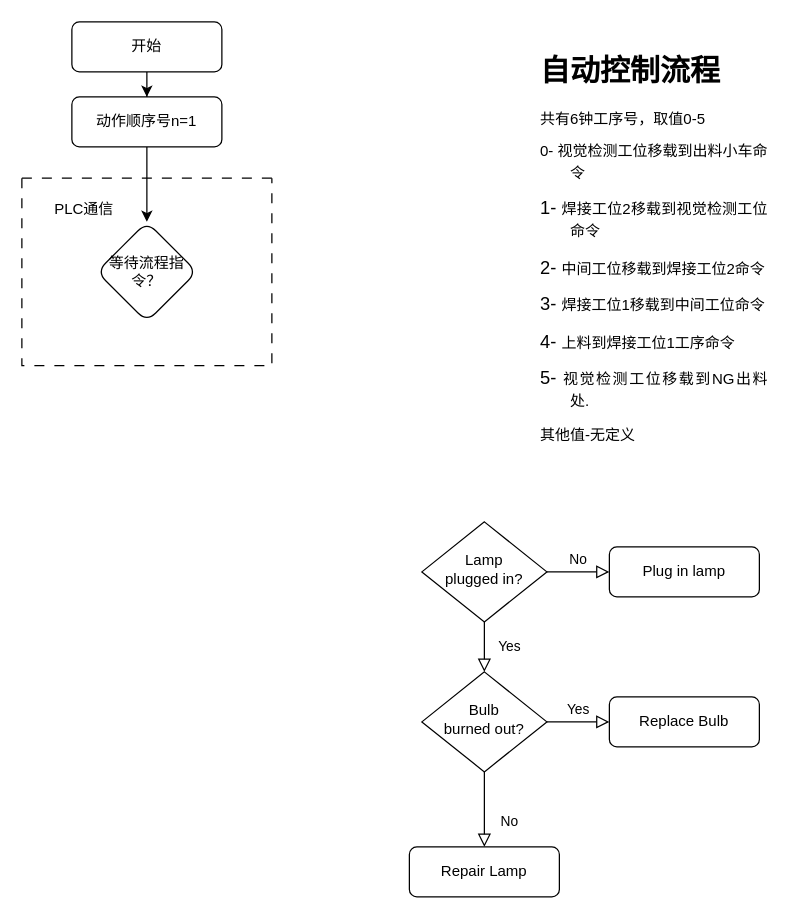
Before: 未命名绘图.drawio in wjaswdd/draw.io, a draw.io diagram. Source tidied: cells renumbered, new cells numbered last; positions are measured from the earlier drawing's top-left corner, leaving out a move shared by most shapes. Both pictures are drawn from the tidied source at 125%, with x=0, y=0 at pixel (21, 21).
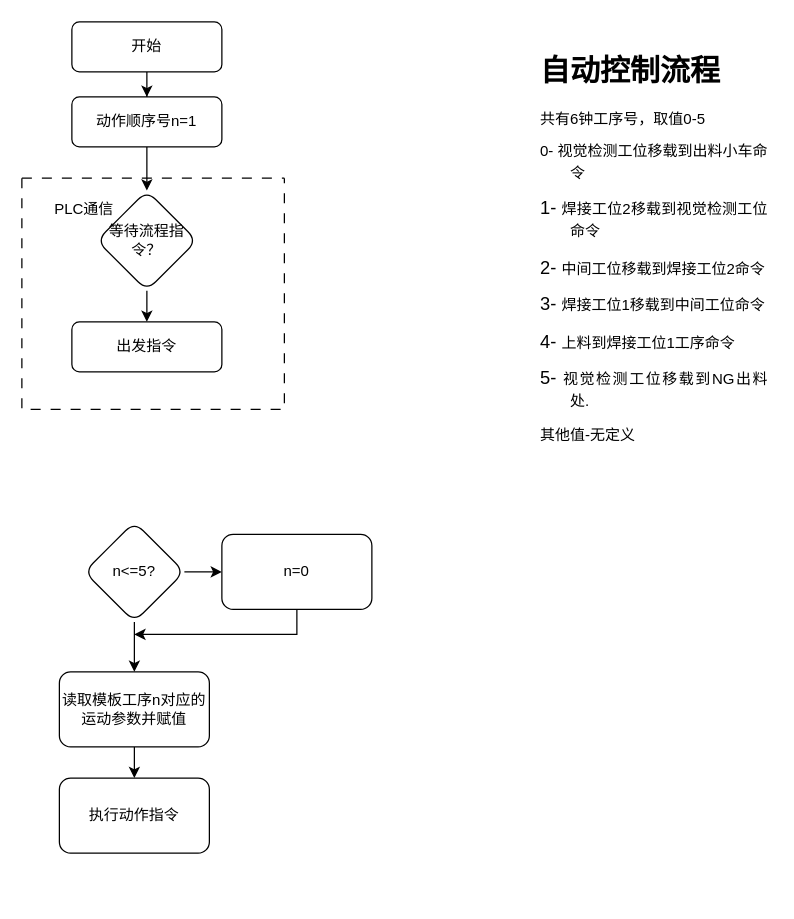
Above is the later version.

Commit message:
更新未命名绘图.drawio

What changed in the source:
```diff
@@
-    <mxCell id="4" value="Yes" style="rounded=0;html=1;jettySize=auto;fontSize=11;endArrow=block;endFill=0;endSize=8;strokeWidth=1;shadow=0;labelBackgroundColor=none;edgeStyle=orthogonalEdgeStyle;" parent="1" edge="1" source="6" target="10">
-      <mxGeometry y="20" relative="1" as="geometry" />
-    </mxCell>
-    <mxCell id="5" value="No" style="edgeStyle=orthogonalEdgeStyle;rounded=0;html=1;jettySize=auto;fontSize=11;endArrow=block;endFill=0;endSize=8;strokeWidth=1;shadow=0;labelBackgroundColor=none;" parent="1" edge="1" source="6" target="7">
-      <mxGeometry y="10" relative="1" as="geometry" />
-    </mxCell>
-    <mxCell id="6" value="Lamp&lt;br&gt;plugged in?" style="rhombus;whiteSpace=wrap;html=1;shadow=0;fontFamily=Helvetica;fontSize=12;align=center;strokeWidth=1;spacing=6;spacingTop=-4;" parent="1" vertex="1">
-      <mxGeometry x="320" y="400" width="100" height="80" as="geometry" />
-    </mxCell>
-    <mxCell id="7" value="Plug in lamp" style="rounded=1;whiteSpace=wrap;html=1;fontSize=12;glass=0;strokeWidth=1;shadow=0;" parent="1" vertex="1">
-      <mxGeometry x="470" y="420" width="120" height="40" as="geometry" />
-    </mxCell>
-    <mxCell id="8" value="No" style="rounded=0;html=1;jettySize=auto;fontSize=11;endArrow=block;endFill=0;endSize=8;strokeWidth=1;shadow=0;labelBackgroundColor=none;edgeStyle=orthogonalEdgeStyle;" parent="1" edge="1" source="10" target="11">
-      <mxGeometry x="0.33" y="20" relative="1" as="geometry" />
-    </mxCell>
-    <mxCell id="9" value="Yes" style="edgeStyle=orthogonalEdgeStyle;rounded=0;html=1;jettySize=auto;fontSize=11;endArrow=block;endFill=0;endSize=8;strokeWidth=1;shadow=0;labelBackgroundColor=none;" parent="1" edge="1" source="10" target="12">
-      <mxGeometry y="10" relative="1" as="geometry" />
-    </mxCell>
-    <mxCell id="10" value="Bulb&lt;br&gt;burned out?" style="rhombus;whiteSpace=wrap;html=1;shadow=0;fontFamily=Helvetica;fontSize=12;align=center;strokeWidth=1;spacing=6;spacingTop=-4;" parent="1" vertex="1">
-      <mxGeometry x="320" y="520" width="100" height="80" as="geometry" />
-    </mxCell>
-    <mxCell id="11" value="Repair Lamp" style="rounded=1;whiteSpace=wrap;html=1;fontSize=12;glass=0;strokeWidth=1;shadow=0;" parent="1" vertex="1">
-      <mxGeometry x="310" y="660" width="120" height="40" as="geometry" />
-    </mxCell>
-    <mxCell id="12" value="Replace Bulb" style="rounded=1;whiteSpace=wrap;html=1;fontSize=12;glass=0;strokeWidth=1;shadow=0;" parent="1" vertex="1">
-      <mxGeometry x="470" y="540" width="120" height="40" as="geometry" />
-    </mxCell>
@@
-    <mxCell id="15" value="等待流程指令？" style="rhombus;whiteSpace=wrap;html=1;rounded=1;glass=0;strokeWidth=1;shadow=0;" parent="1" vertex="1">
-      <mxGeometry x="60" y="160" width="80" height="80" as="geometry" />
-    </mxCell>
     <mxCell id="16" style="swimlane;startSize=0;dashed=1;dashPattern=8 8;" parent="1" vertex="1">
-      <mxGeometry y="125" width="200" height="150" as="geometry" />
+      <mxGeometry y="125" width="210" height="185" as="geometry" />
     </mxCell>
@@
+    <mxCell id="19" style="edgeStyle=orthogonalEdgeStyle;rounded=0;jettySize=auto;html=1;entryX=0.5;entryY=0;entryDx=0;entryDy=0;" parent="16" edge="1" source="15" target="20">
+      <mxGeometry relative="1" as="geometry" />
+    </mxCell>
+    <mxCell id="15" value="等待流程指令？" style="rhombus;whiteSpace=wrap;html=1;rounded=1;glass=0;strokeWidth=1;shadow=0;" parent="16" vertex="1">
+      <mxGeometry x="60" y="10" width="80" height="80" as="geometry" />
+    </mxCell>
+    <mxCell id="20" value="出发指令" style="rounded=1;whiteSpace=wrap;html=1;fontSize=12;glass=0;strokeWidth=1;shadow=0;" parent="16" vertex="1">
+      <mxGeometry x="40" y="115" width="120" height="40" as="geometry" />
+    </mxCell>
@@
+    <mxCell id="21" style="edgeStyle=orthogonalEdgeStyle;rounded=0;jettySize=auto;html=1;" parent="1" edge="1" source="23" target="25">
+      <mxGeometry relative="1" as="geometry" />
+    </mxCell>
+    <mxCell id="22" style="edgeStyle=orthogonalEdgeStyle;rounded=0;jettySize=auto;html=1;" parent="1" edge="1" source="23" target="27">
+      <mxGeometry relative="1" as="geometry" />
+    </mxCell>
+    <mxCell id="23" value="n&amp;lt;=5?" style="rhombus;whiteSpace=wrap;html=1;rounded=1;glass=0;strokeWidth=1;shadow=0;" parent="1" vertex="1">
+      <mxGeometry x="50" y="400" width="80" height="80" as="geometry" />
+    </mxCell>
+    <mxCell id="24" style="edgeStyle=orthogonalEdgeStyle;rounded=0;jettySize=auto;html=1;" parent="1" edge="1" source="25" target="28">
+      <mxGeometry relative="1" as="geometry" />
+    </mxCell>
+    <mxCell id="25" value="读取模板工序n对应的运动参数并赋值" style="whiteSpace=wrap;html=1;rounded=1;glass=0;strokeWidth=1;shadow=0;" parent="1" vertex="1">
+      <mxGeometry x="30" y="520" width="120" height="60" as="geometry" />
+    </mxCell>
+    <mxCell id="26" style="edgeStyle=orthogonalEdgeStyle;rounded=0;jettySize=auto;html=1;" parent="1" edge="1" source="27">
+      <mxGeometry relative="1" as="geometry">
+        <mxPoint x="90" y="490" as="targetPoint" />
+        <Array as="points">
+          <mxPoint x="220" y="490" />
+        </Array>
+      </mxGeometry>
+    </mxCell>
+    <mxCell id="27" value="n=0" style="whiteSpace=wrap;html=1;rounded=1;glass=0;strokeWidth=1;shadow=0;" parent="1" vertex="1">
+      <mxGeometry x="160" y="410" width="120" height="60" as="geometry" />
+    </mxCell>
+    <mxCell id="28" value="执行动作指令" style="whiteSpace=wrap;html=1;rounded=1;glass=0;strokeWidth=1;shadow=0;" parent="1" vertex="1">
+      <mxGeometry x="30" y="605" width="120" height="60" as="geometry" />
+    </mxCell>
```
